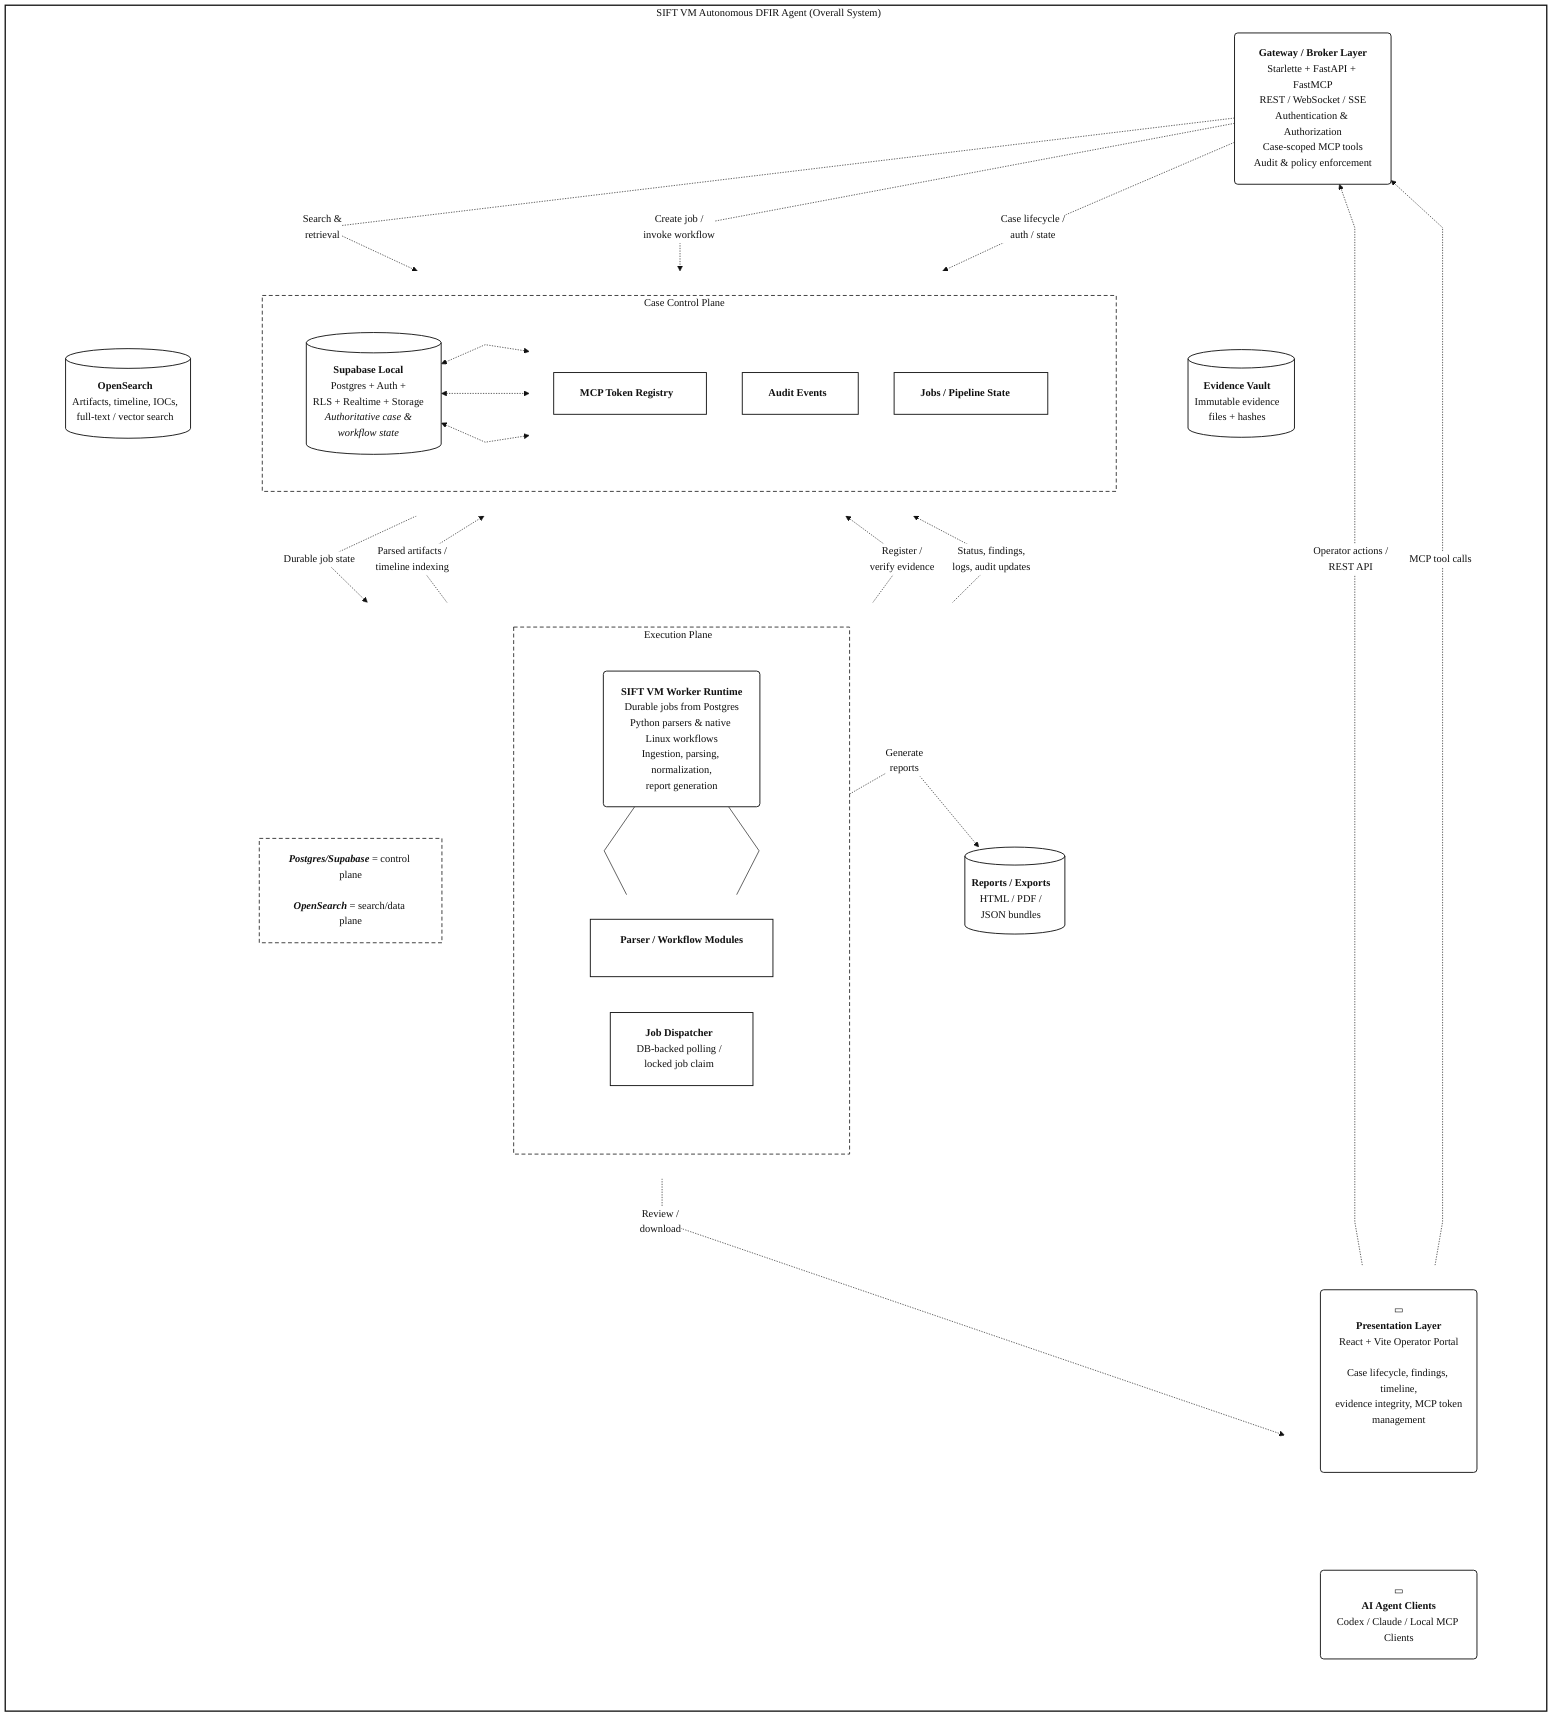
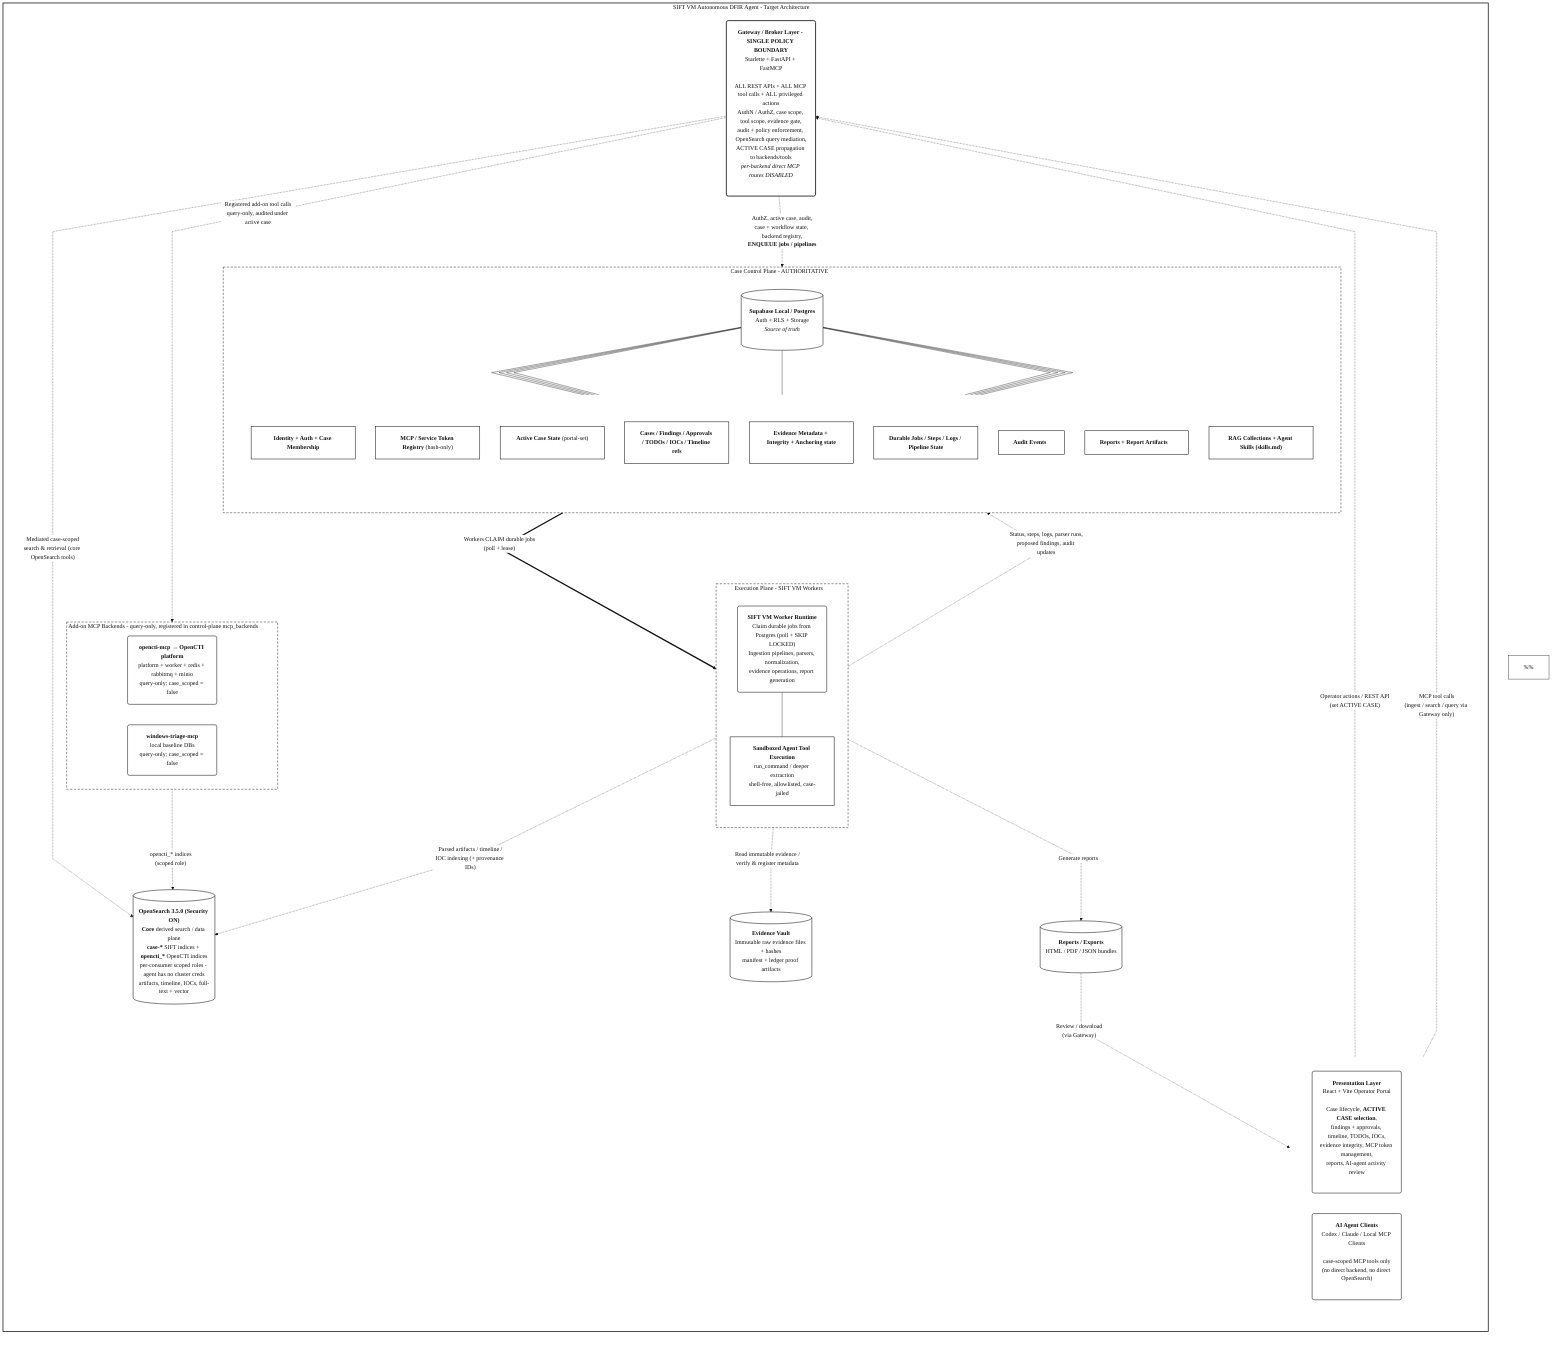
%%{init: {
  "theme": "base",
  "themeVariables": {
    "fontFamily": "Arial, Helvetica, sans-serif",
    "primaryColor": "#ffffff",
    "primaryTextColor": "#111111",
    "primaryBorderColor": "#111111",
    "lineColor": "#111111",
    "clusterBkg": "#ffffff",
    "clusterBorder": "#111111",
    "edgeLabelBackground": "#ffffff"
  },
  "flowchart": {
    "curve": "linear",
    "htmlLabels": true,
    "nodeSpacing": 55,
-     "rankSpacing": 60,
+     "rankSpacing": 70,
    "padding": 20
  }
}}%%

flowchart TB

  %% =========================================================
-   %% SIFT VM Autonomous DFIR Agent - exact Mermaid replica
-   %% of the provided high-level architecture diagram.
-   %% Note: Mermaid auto-layout is not pixel-perfect, but this
-   %% file preserves the same topology, labels, groupings, and flow.
+   %% SIFT VM Autonomous DFIR Agent - TARGET migration architecture.
+   %%
+   %% Canonical decisions reflected in this diagram (see
+   %% 00_migration_charter.md "Confirmed Decisions (Locked)"):
+   %%  - The Gateway is the SINGLE policy boundary. ALL REST APIs,
+   %%    ALL MCP tool calls, and ALL privileged actions go through it.
+   %%    Per-backend direct MCP routes (/mcp/{name}) are DISABLED.
+   %%  - Supabase/Postgres is the authoritative control plane.
+   %%  - There is NEVER a direct job/invoke to the Evidence Vault.
+   %%    Tool calls (ingest/search/etc.) enter the Gateway, which
+   %%    enqueues durable jobs/pipelines in the control plane; workers
+   %%    CLAIM (poll + SKIP LOCKED) those jobs and run the pipelines.
+   %%  - ACTIVE CASE is selected by the operator in the portal only,
+   %%    is authoritative in the control plane, and the Gateway
+   %%    propagates it to every backend/API/tool call.
+   %%  - OpenSearch 3.5.0 with security ENABLED is the derived
+   %%    search/data plane. It is never authoritative.
+   %%  - AI agents reach tools ONLY through Gateway MCP tools and run
+   %%    deeper analysis in a sandboxed, allowlisted execution plane.
+   %% Note: Mermaid auto-layout is not pixel-perfect.
  %% =========================================================

-   subgraph SYSTEM["SIFT VM Autonomous DFIR Agent (Overall System)"]
+   subgraph SYSTEM["SIFT VM Autonomous DFIR Agent - Target Architecture"]
    direction TB

    %% -------------------------
-     %% Top row
+     %% Clients
    %% -------------------------
-     subgraph TOP_ROW[" "]
+     subgraph CLIENTS[" "]
      direction LR

-       Portal("▭<br/><b>Presentation Layer</b><br/>React + Vite Operator Portal<br/><br/>Case lifecycle, findings, timeline,<br/>evidence integrity, MCP token<br/>management")
+       Portal("<b>Presentation Layer</b><br/>React + Vite Operator Portal<br/><br/>Case lifecycle, <b>ACTIVE CASE selection</b>,<br/>findings + approvals, timeline, TODOs, IOCs,<br/>evidence integrity, MCP token management,<br/>reports, AI-agent activity review")

-       TopSpacer1[" "]
- 
-       Agents("▭<br/><b>AI Agent Clients</b><br/>Codex / Claude / Local MCP Clients")
+       Agents("<b>AI Agent Clients</b><br/>Codex / Claude / Local MCP Clients<br/><br/>case-scoped MCP tools only<br/>(no direct backend, no direct OpenSearch)")
    end

    %% -------------------------
-     %% Gateway / Broker Layer
+     %% Gateway - single policy boundary
    %% -------------------------
-     Gateway("<b>Gateway / Broker Layer</b><br/>Starlette + FastAPI + FastMCP<br/>REST / WebSocket / SSE<br/>Authentication & Authorization<br/>Case-scoped MCP tools<br/>Audit & policy enforcement")
+     Gateway("<b>Gateway / Broker Layer - SINGLE POLICY BOUNDARY</b><br/>Starlette + FastAPI + FastMCP<br/><br/>ALL REST APIs + ALL MCP tool calls + ALL privileged actions<br/>AuthN / AuthZ, case scope, tool scope, evidence gate,<br/>audit + policy enforcement, OpenSearch query mediation,<br/>ACTIVE CASE propagation to backends/tools<br/><i>per-backend direct MCP routes DISABLED</i>")

    %% -------------------------
-     %% Middle row: OpenSearch / Case Control / Evidence
+     %% Control plane (authoritative)
    %% -------------------------
-     subgraph MID_ROW[" "]
-       direction LR
+     subgraph CONTROL["Case Control Plane - AUTHORITATIVE"]
+       direction TB

-       OpenSearch[("<b>OpenSearch</b><br/>Artifacts, timeline, IOCs,<br/>full-text / vector search")]
+       Supabase[("<b>Supabase Local / Postgres</b><br/>Auth + RLS + Storage<br/><i>Source of truth</i>")]

-       subgraph CASE_CONTROL["Case Control Plane"]
-         direction LR
- 
-         Supabase[("<b>Supabase Local</b><br/>Postgres + Auth +<br/>RLS + Realtime + Storage<br/><i>Authoritative case &<br/>workflow state</i>")]
- 
-         subgraph CONTROL_BOXES[" "]
-           direction TB
-           TokenRegistry["<b>MCP Token Registry</b>"]
-           AuditEvents["<b>Audit Events</b>"]
-           PipelineState["<b>Jobs / Pipeline State</b>"]
-         end
- 
-         Supabase <-.-> TokenRegistry
-         Supabase <-.-> AuditEvents
-         Supabase <-.-> PipelineState
+       subgraph CP_BOXES[" "]
+         direction TB
+         B1["<b>Identity + Auth + Case Membership</b>"]
+         B2["<b>MCP / Service Token Registry</b> (hash-only)"]
+         B3["<b>Active Case State</b> (portal-set)"]
+         B4["<b>Cases / Findings / Approvals / TODOs / IOCs / Timeline refs</b>"]
+         B5["<b>Evidence Metadata + Integrity + Anchoring state</b>"]
+         B6["<b>Durable Jobs / Steps / Logs / Pipeline State</b>"]
+         B7["<b>Audit Events</b>"]
+         B8["<b>Reports + Report Artifacts</b>"]
+         B9["<b>RAG Collections + Agent Skills (skills.md)</b>"]
      end

-       Evidence[("<b>Evidence Vault</b><br/>Immutable evidence<br/>files + hashes")]
+       Supabase --- B1
+       Supabase --- B2
+       Supabase --- B3
+       Supabase --- B4
+       Supabase --- B5
+       Supabase --- B6
+       Supabase --- B7
+       Supabase --- B8
+       Supabase --- B9
    end

    %% -------------------------
-     %% Bottom row: legend / execution / reports
+     %% Data plane + Evidence vault
    %% -------------------------
-     subgraph BOT_ROW[" "]
-       direction LR
+     OpenSearch[("<b>OpenSearch 3.5.0 (Security ON)</b><br/><b>Core</b> derived search / data plane<br/><b>case-*</b> SIFT indices + <b>opencti_*</b> OpenCTI indices<br/>per-consumer scoped roles - agent has no cluster creds<br/>artifacts, timeline, IOCs, full-text + vector")]

-       Legend["<b><i>Postgres/Supabase</i></b> = control plane<br/><br/><b><i>OpenSearch</i></b> = search/data plane"]
+     Evidence[("<b>Evidence Vault</b><br/>Immutable raw evidence files + hashes<br/>manifest + ledger proof artifacts")]

-       subgraph EXECUTION["Execution Plane"]
-         direction TB
+     %% -------------------------
+     %% Execution plane
+     %% -------------------------
+     subgraph EXECUTION["Execution Plane - SIFT VM Workers"]
+       direction TB

-         Worker("<b>SIFT VM Worker Runtime</b><br/>Durable jobs from Postgres<br/>Python parsers & native Linux workflows<br/>Ingestion, parsing, normalization,<br/>report generation")
+       Worker("<b>SIFT VM Worker Runtime</b><br/>Claim durable jobs from Postgres (poll + SKIP LOCKED)<br/>Ingestion pipelines, parsers, normalization,<br/>evidence operations, report generation")

-         subgraph EXEC_INTERNALS[" "]
-           direction LR
-           ParserModules["<b>Parser / Workflow Modules</b>"]
-           JobDispatcher["<b>Job Dispatcher</b><br/>DB-backed polling /<br/>locked job claim"]
-         end
+       Sandbox["<b>Sandboxed Agent Tool Execution</b><br/>run_command / deeper extraction<br/>shell-free, allowlisted, case-jailed"]

-         Worker --- ParserModules
-         Worker --- JobDispatcher
-       end
- 
-       Reports[("<b>Reports / Exports</b><br/>HTML / PDF /<br/>JSON bundles")]
+       Worker --- Sandbox
    end

-     %% -------------------------
-     %% Visible flows from the image
-     %% -------------------------
-     Portal -. "Operator actions /<br/>REST API" .-> Gateway
-     Agents -. "MCP tool calls" .-> Gateway
- 
-     Gateway -. "Case lifecycle /<br/>auth / state" .-> Supabase
-     Gateway -. "Search &<br/>retrieval" .-> OpenSearch
-     Gateway -. "Create job /<br/>invoke workflow" .-> Evidence
- 
-     Supabase -. "Durable job state" .-> EXECUTION
-     EXECUTION -. "Status, findings,<br/>logs, audit updates" .-> Supabase
- 
-     EXECUTION -. "Parsed artifacts /<br/>timeline indexing" .-> OpenSearch
-     EXECUTION -. "Register /<br/>verify evidence" .-> Evidence
-     EXECUTION -. "Generate<br/>reports" .-> Reports
- 
-     Reports -. "Review /<br/>download" .-> Portal
+     Reports[("<b>Reports / Exports</b><br/>HTML / PDF / JSON bundles")]

    %% -------------------------
-     %% Invisible layout hints
+     %% Add-on MCP backends (registered in control-plane mcp_backends;
+     %% reached ONLY through the Gateway aggregate policy path)
    %% -------------------------
-     TopSpacer1 ~~~ Gateway
-     OpenSearch ~~~ CASE_CONTROL
-     CASE_CONTROL ~~~ Evidence
-     Legend ~~~ EXECUTION
-     EXECUTION ~~~ Reports
+     subgraph ADDONS["Add-on MCP Backends - query-only, registered in control-plane mcp_backends"]
+       direction LR
+       OpenCTI("<b>opencti-mcp</b> &rarr; <b>OpenCTI platform</b><br/>platform + worker + redis + rabbitmq + minio<br/>query-only; case_scoped = false")
+       WinTriage("<b>windows-triage-mcp</b><br/>local baseline DBs<br/>query-only; case_scoped = false")
+     end
+ 
+     %% Note: OpenSearch and RAG are CORE, not add-ons (D19/D23).
+     %% RAG retrieval is a core control-plane tool over Supabase pgvector.
+ 
+     %% -------------------------
+     %% Flows
+     %% -------------------------
+     Portal -. "Operator actions / REST API<br/>(set ACTIVE CASE)" .-> Gateway
+     Agents -. "MCP tool calls<br/>(ingest / search / query via Gateway only)" .-> Gateway
+ 
+     Gateway -. "AuthZ, active case, audit,<br/>case + workflow state, backend registry,<br/><b>ENQUEUE jobs / pipelines</b>" .-> Supabase
+     Gateway -. "Mediated case-scoped<br/>search & retrieval (core OpenSearch tools)" .-> OpenSearch
+     Gateway -. "Registered add-on tool calls<br/>query-only, audited under active case" .-> ADDONS
+     OpenCTI -. "opencti_* indices<br/>(scoped role)" .-> OpenSearch
+ 
+     Supabase == "Workers CLAIM durable jobs<br/>(poll + lease)" ==> EXECUTION
+     EXECUTION -. "Status, steps, logs, parser runs,<br/>proposed findings, audit updates" .-> Supabase
+ 
+     EXECUTION -. "Parsed artifacts / timeline /<br/>IOC indexing (+ provenance IDs)" .-> OpenSearch
+     EXECUTION -. "Read immutable evidence /<br/>verify & register metadata" .-> Evidence
+     EXECUTION -. "Generate reports" .-> Reports
+ 
+     Reports -. "Review / download<br/>(via Gateway)" .-> Portal
  end

  %% =========================================================
  %% Styling
  %% =========================================================
  classDef box fill:#ffffff,stroke:#111111,stroke-width:1.4px,color:#111111;
  classDef db fill:#ffffff,stroke:#111111,stroke-width:1.4px,color:#111111;
  classDef group fill:#ffffff,stroke:#111111,stroke-width:1.2px,stroke-dasharray: 6 4,color:#111111;
  classDef outer fill:#ffffff,stroke:#111111,stroke-width:2px,color:#111111;
-   classDef note fill:#ffffff,stroke:#111111,stroke-width:1.2px,stroke-dasharray: 6 4,color:#111111;
-   classDef invisible fill:transparent,stroke:transparent,color:transparent;
+   classDef gw fill:#ffffff,stroke:#111111,stroke-width:2.2px,color:#111111;

-   class Portal,Agents,Gateway,TokenRegistry,AuditEvents,PipelineState,Worker,ParserModules,JobDispatcher box;
+   class Portal,Agents,B1,B2,B3,B4,B5,B6,B7,B8,B9,Worker,Sandbox,OpenCTI,WinTriage box;
  class Supabase,OpenSearch,Evidence,Reports db;
-   class CASE_CONTROL,EXECUTION group;
-   class Legend note;
+   class Gateway gw;
+   class CONTROL,EXECUTION,ADDONS group;
  class SYSTEM outer;
-   class TopSpacer1 invisible;

-   style TOP_ROW fill:#ffffff,stroke:transparent
-   style MID_ROW fill:#ffffff,stroke:transparent
-   style BOT_ROW fill:#ffffff,stroke:transparent
-   style CONTROL_BOXES fill:#ffffff,stroke:transparent
-   style EXEC_INTERNALS fill:#ffffff,stroke:transparent
+   style CLIENTS fill:#ffffff,stroke:transparent
+   style CP_BOXES fill:#ffffff,stroke:transparent
